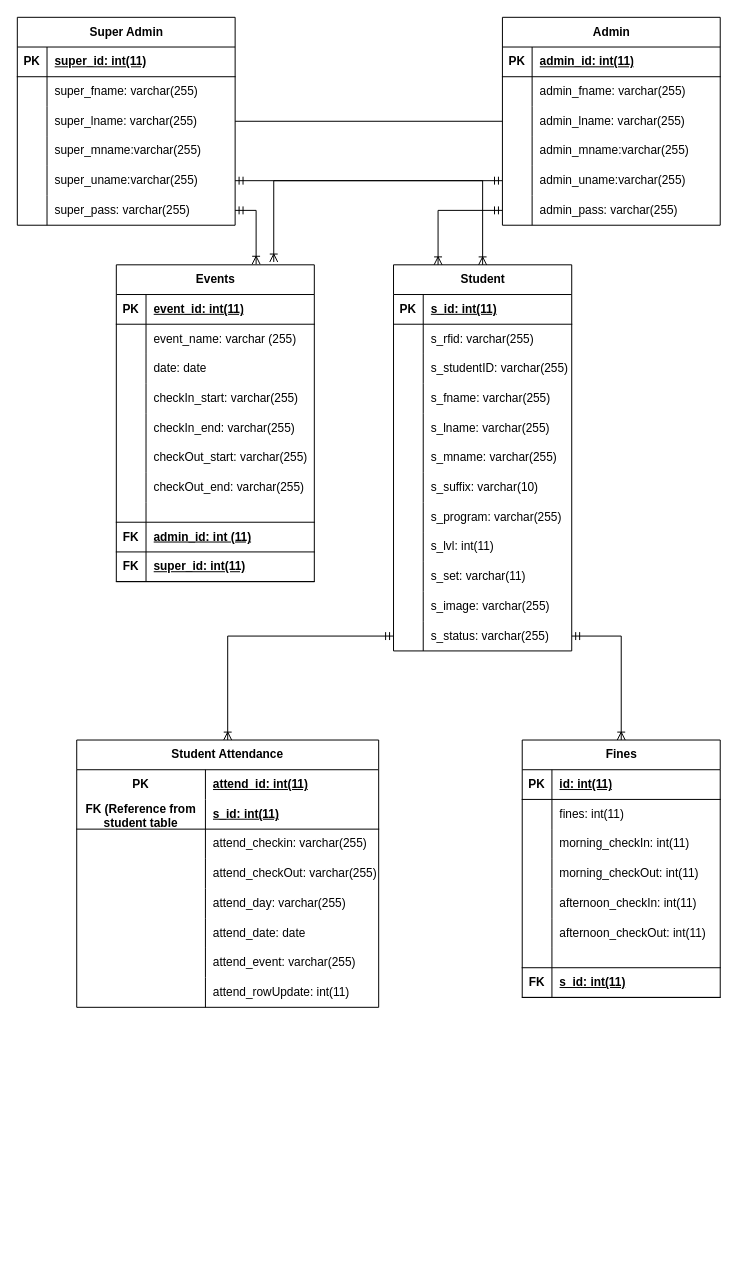
The draw.io diagram Attendance_System_ERD.drawio in panzerweb/database_repo, before the edit. Source tidied: cells renumbered, new cells numbered last; positions are measured from the earlier drawing's top-left corner, leaving out a move shared by most shapes. Both pictures are drawn from the tidied source at 99%, with x=0, y=0 at pixel (17, 17).
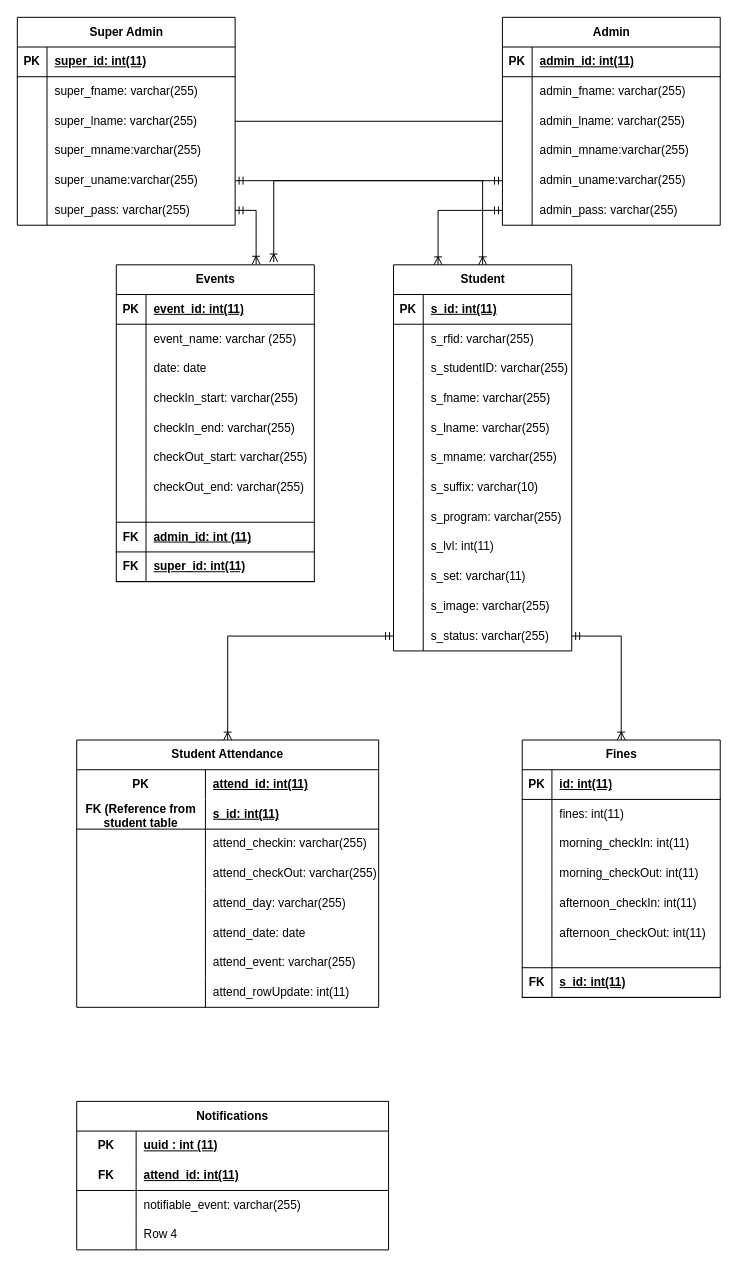
The same diagram, later.

The edit, as a diff of the source:
```diff
@@
+    <mxCell id="165" value="Notifications" style="shape=table;startSize=30;childLayout=tableLayout;rowLines=0;fontStyle=1;align=center;html=1;whiteSpace=wrap;" parent="1" vertex="1">
+      <mxGeometry x="60" y="1095" width="315" height="150" as="geometry" />
+    </mxCell>
+    <mxCell id="166" style="shape=tableRow;horizontal=0;startSize=0;swimlaneHead=0;swimlaneBody=0;fillColor=none;top=0;left=0;right=0;bottom=0;html=1;" parent="165" vertex="1">
+      <mxGeometry y="30" width="315" height="30" as="geometry" />
+    </mxCell>
+    <mxCell id="167" value="PK" style="shape=partialRectangle;fillColor=none;top=0;left=0;bottom=0;right=0;fontStyle=1;overflow=hidden;html=1;whiteSpace=wrap;" parent="166" vertex="1">
+      <mxGeometry width="60" height="30" as="geometry" />
+    </mxCell>
+    <mxCell id="168" value="uuid : int (11)" style="shape=partialRectangle;fillColor=none;top=0;left=0;bottom=0;right=0;align=left;spacingLeft=6;fontStyle=5;overflow=hidden;html=1;whiteSpace=wrap;" parent="166" vertex="1">
+      <mxGeometry x="60" width="255" height="30" as="geometry" />
+    </mxCell>
+    <mxCell id="169" style="shape=tableRow;horizontal=0;startSize=0;swimlaneHead=0;swimlaneBody=0;fillColor=none;top=0;left=0;right=0;bottom=1;html=1;" parent="165" vertex="1">
+      <mxGeometry y="60" width="315" height="30" as="geometry" />
+    </mxCell>
+    <mxCell id="170" value="FK" style="shape=partialRectangle;fillColor=none;top=0;left=0;bottom=0;right=0;fontStyle=1;overflow=hidden;html=1;whiteSpace=wrap;" parent="169" vertex="1">
+      <mxGeometry width="60" height="30" as="geometry" />
+    </mxCell>
+    <mxCell id="171" value="attend_id: int(11)" style="shape=partialRectangle;fillColor=none;top=0;left=0;bottom=0;right=0;align=left;spacingLeft=6;fontStyle=5;overflow=hidden;html=1;whiteSpace=wrap;" parent="169" vertex="1">
+      <mxGeometry x="60" width="255" height="30" as="geometry" />
+    </mxCell>
+    <mxCell id="172" style="shape=tableRow;horizontal=0;startSize=0;swimlaneHead=0;swimlaneBody=0;fillColor=none;top=0;left=0;right=0;bottom=0;html=1;" parent="165" vertex="1">
+      <mxGeometry y="90" width="315" height="30" as="geometry" />
+    </mxCell>
+    <mxCell id="173" style="shape=partialRectangle;fillColor=none;top=0;left=0;bottom=0;right=0;overflow=hidden;html=1;whiteSpace=wrap;" parent="172" vertex="1">
+      <mxGeometry width="60" height="30" as="geometry" />
+    </mxCell>
+    <mxCell id="174" value="notifiable_event: varchar(255)" style="shape=partialRectangle;fillColor=none;top=0;left=0;bottom=0;right=0;align=left;spacingLeft=6;overflow=hidden;html=1;whiteSpace=wrap;" parent="172" vertex="1">
+      <mxGeometry x="60" width="255" height="30" as="geometry" />
+    </mxCell>
+    <mxCell id="175" style="shape=tableRow;horizontal=0;startSize=0;swimlaneHead=0;swimlaneBody=0;fillColor=none;top=0;left=0;right=0;bottom=0;html=1;" parent="165" vertex="1">
+      <mxGeometry y="120" width="315" height="30" as="geometry" />
+    </mxCell>
+    <mxCell id="176" style="shape=partialRectangle;fillColor=none;top=0;left=0;bottom=0;right=0;overflow=hidden;html=1;whiteSpace=wrap;" parent="175" vertex="1">
+      <mxGeometry width="60" height="30" as="geometry" />
+    </mxCell>
+    <mxCell id="177" value="Row 4" style="shape=partialRectangle;fillColor=none;top=0;left=0;bottom=0;right=0;align=left;spacingLeft=6;overflow=hidden;html=1;whiteSpace=wrap;" parent="175" vertex="1">
+      <mxGeometry x="60" width="255" height="30" as="geometry" />
+    </mxCell>
```
